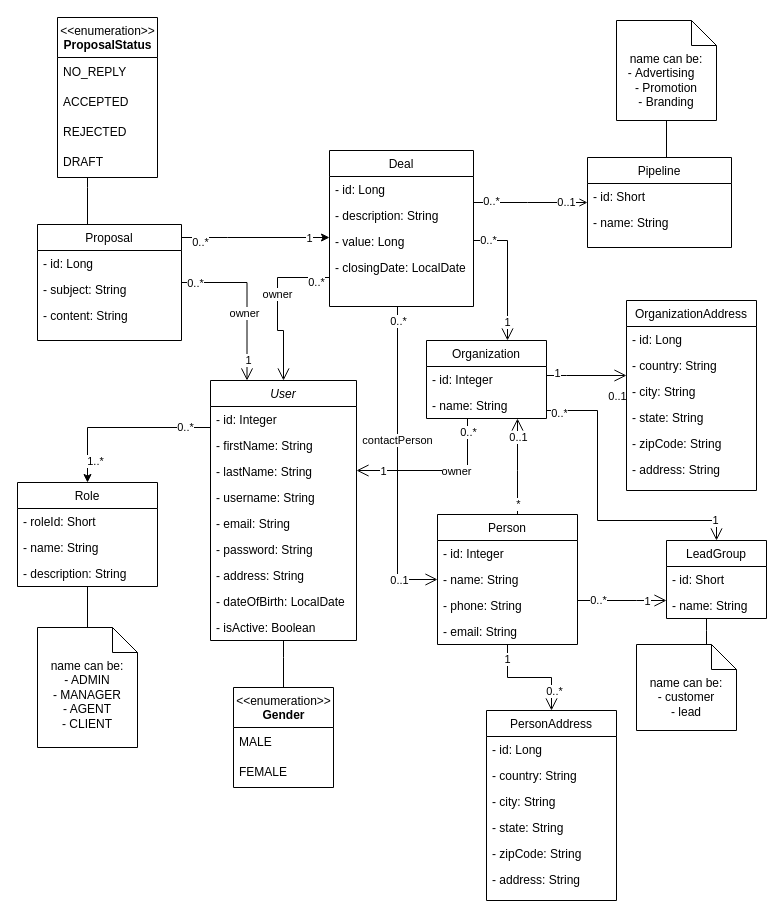
Above: page "Class diagram" (1 of 2) of diagrams/diagrams.drawio in hassanbenhzaine/Projet_file_rouge_2022 (draw.io), before the change. Source tidied: cells renumbered, new cells numbered last; positions are measured from the earlier drawing's top-left corner, leaving out a move shared by most shapes. Both pictures are drawn from the tidied source at 100%, with x=0, y=0 at pixel (17, 17).
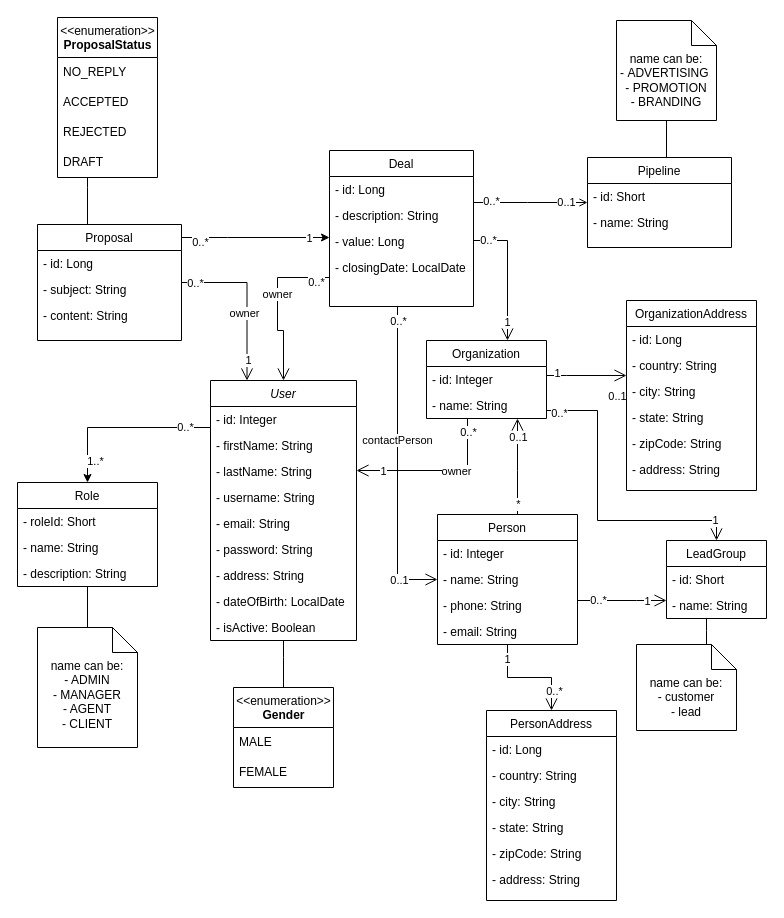
The same page after the edit.

Change to the diagram source:
```diff
@@
-    <mxCell id="102" value="name can be:&lt;br&gt;-&amp;nbsp;&lt;span&gt;Advertising&lt;/span&gt;&lt;span&gt;&amp;nbsp; &amp;nbsp;&lt;/span&gt;&lt;span&gt;&lt;br&gt;&lt;/span&gt;- Promotion&lt;br&gt;- Branding" style="shape=note2;boundedLbl=1;whiteSpace=wrap;html=1;size=25;verticalAlign=top;align=center;" parent="1" vertex="1">
+    <mxCell id="102" value="name can be:&lt;br&gt;-&amp;nbsp;&lt;span&gt;ADVERTISING&lt;/span&gt;&lt;span&gt;&amp;nbsp;&lt;/span&gt;&lt;span&gt;&lt;br&gt;&lt;/span&gt;- PROMOTION&lt;br&gt;- BRANDING" style="shape=note2;boundedLbl=1;whiteSpace=wrap;html=1;size=25;verticalAlign=top;align=center;" parent="1" vertex="1">
       <mxGeometry x="599" y="3" width="100" height="100" as="geometry" />
     </mxCell>
```
